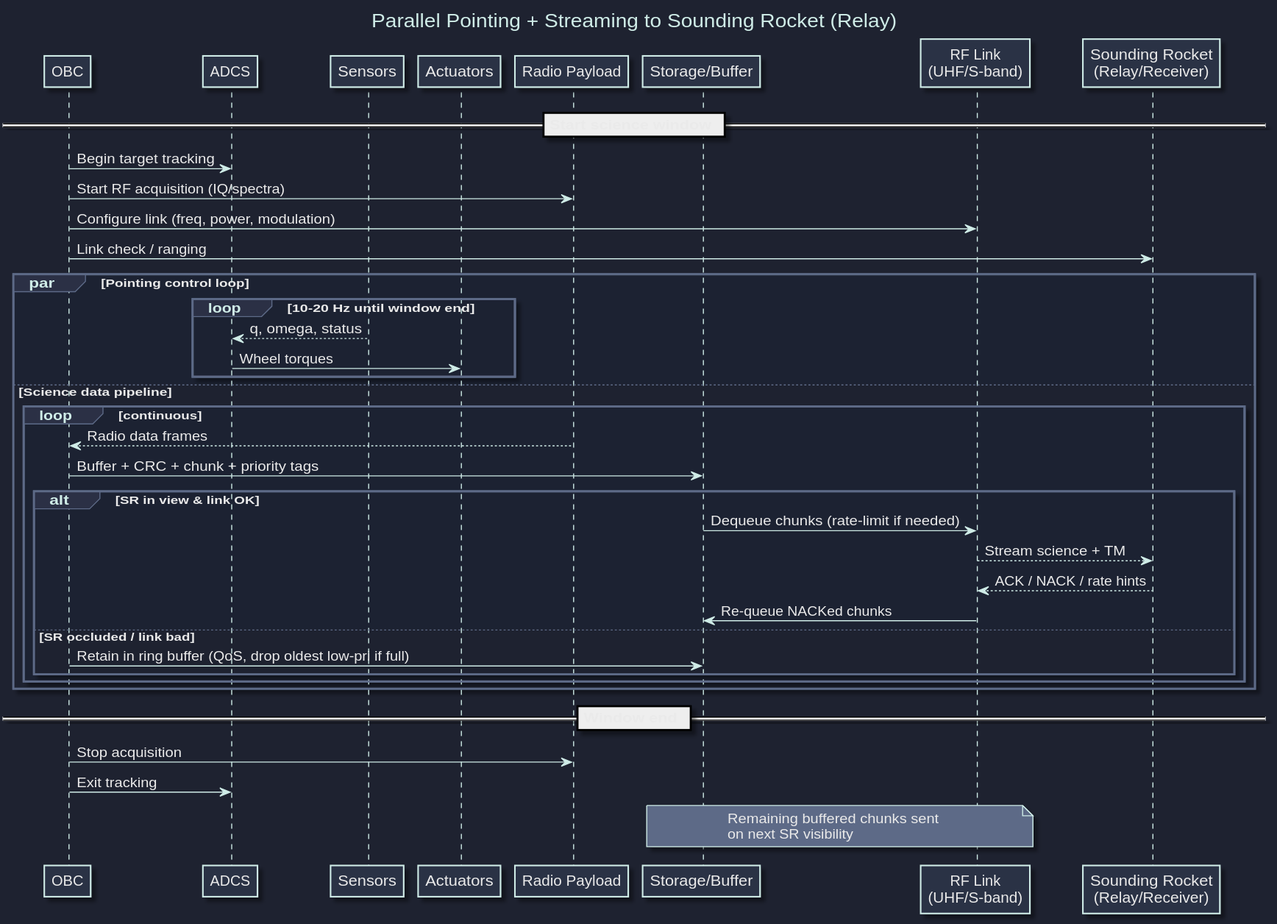
Before: docs/elara/sequence.svg, a diagram exported from PlantUML (Terminus-Suborbital-Research-Program/Styx).
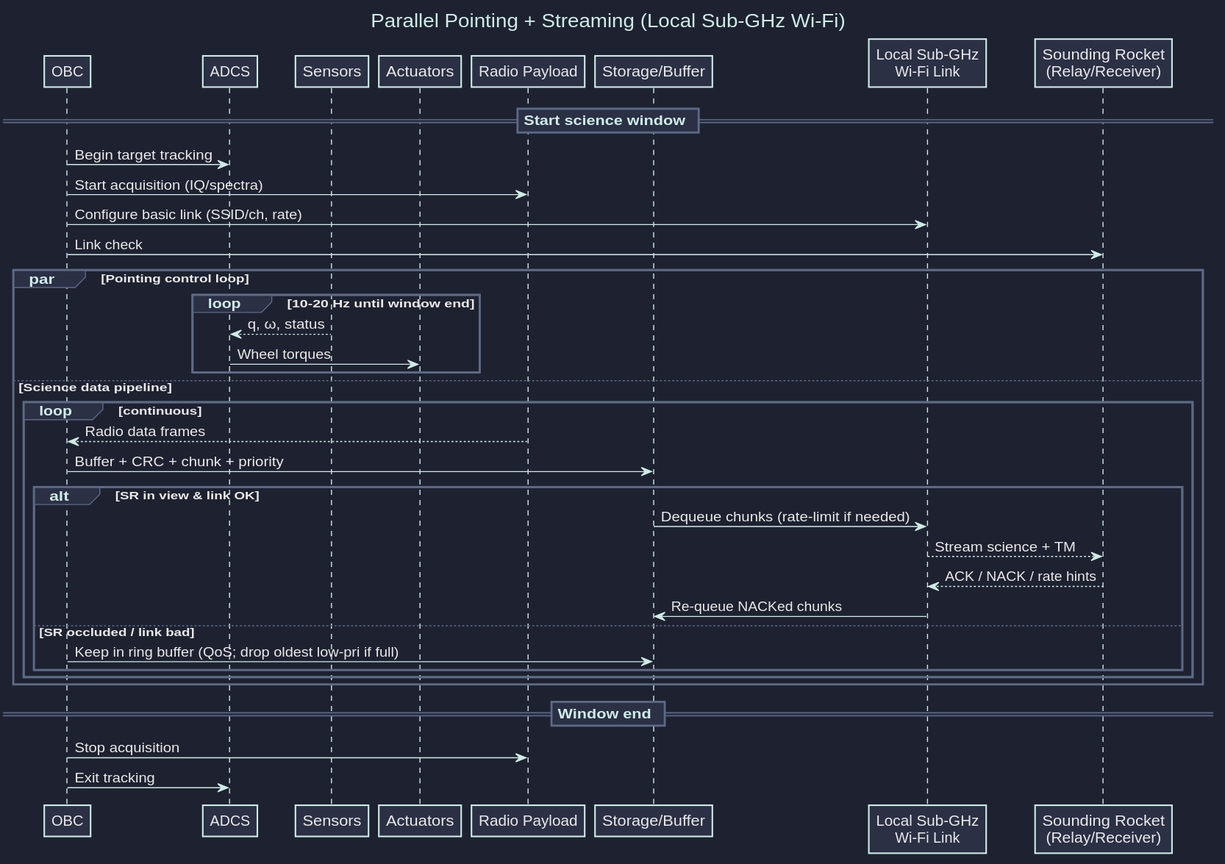
Later version of the same file.

Change to the diagram source:
```diff
@@ -1,13 +1,10 @@
 @startuml
-title <color:#CFECE7>Parallel Pointing + Streaming to Sounding Rocket (Relay)</color>
+title <color:#CFECE7>Parallel Pointing + Streaming (Local Sub-GHz Wi-Fi)</color>
 
+skinparam shadowing false
 skinparam backgroundColor #1E2230
 skinparam defaultFontColor #EAEAEA
-skinparam note {
-  BackgroundColor #5D6A87
-  BorderColor #CFECE7
-  FontColor #EAEAEA
-}
+
 skinparam sequence {
   ArrowColor #CFECE7
   LifeLineBorderColor #CFECE7
@@ -18,6 +15,15 @@
   GroupBorderColor #5D6A87
   GroupBackgroundColor #2B3045
   GroupHeaderFontColor #CFECE7
+  DividerBackgroundColor #2B3045
+  DividerBorderColor     #5D6A87
+  DividerFontColor       #CFECE7
+}
+
+skinparam note {
+  BackgroundColor #5D6A87
+  BorderColor #CFECE7
+  FontColor #EAEAEA
 }
 
 participant OBC
@@ -26,31 +32,31 @@
 participant ACT as "Actuators"
 participant PAY as "Radio Payload"
 participant DHS as "Storage/Buffer"
-participant RF as "RF Link\n(UHF/S-band)"
-participant SR as "Sounding Rocket\n(Relay/Receiver)"
+participant RF  as "Local Sub-GHz\nWi-Fi Link"
+participant SR  as "Sounding Rocket\n(Relay/Receiver)"
 
 == Start science window ==
 OBC -> ADCS : Begin target tracking
-OBC -> PAY  : Start RF acquisition (IQ/spectra)
-OBC -> RF   : Configure link (freq, power, modulation)
-OBC -> SR   : Link check / ranging
+OBC -> PAY  : Start acquisition (IQ/spectra)
+OBC -> RF   : Configure basic link (SSID/ch, rate)
+OBC -> SR   : Link check
 
 par Pointing control loop
   loop 10-20 Hz until window end
-    SNS --> ADCS : q, omega, status
+    SNS --> ADCS : q, ω, status
     ADCS -> ACT  : Wheel torques
   end
 else Science data pipeline
   loop continuous
     PAY --> OBC : Radio data frames
-    OBC -> DHS  : Buffer + CRC + chunk + priority tags
+    OBC -> DHS  : Buffer + CRC + chunk + priority
     alt SR in view & link OK
       DHS -> RF : Dequeue chunks (rate-limit if needed)
-      RF --> SR : Stream science + TM
-      SR --> RF : ACK / NACK / rate hints
-      RF -> DHS : Re-queue NACKed chunks
+      RF  --> SR : Stream science + TM
+      SR  --> RF : ACK / NACK / rate hints
+      RF  -> DHS : Re-queue NACKed chunks
     else SR occluded / link bad
-      OBC -> DHS : Retain in ring buffer (QoS, drop oldest low-pri if full)
+      OBC -> DHS : Keep in ring buffer (QoS; drop oldest low-pri if full)
     end
   end
 end
@@ -59,7 +65,5 @@
 OBC -> PAY : Stop acquisition
 OBC -> ADCS: Exit tracking
 note over DHS,RF
-Remaining buffered chunks sent
-on next SR visibility
 end note
 @enduml
```
